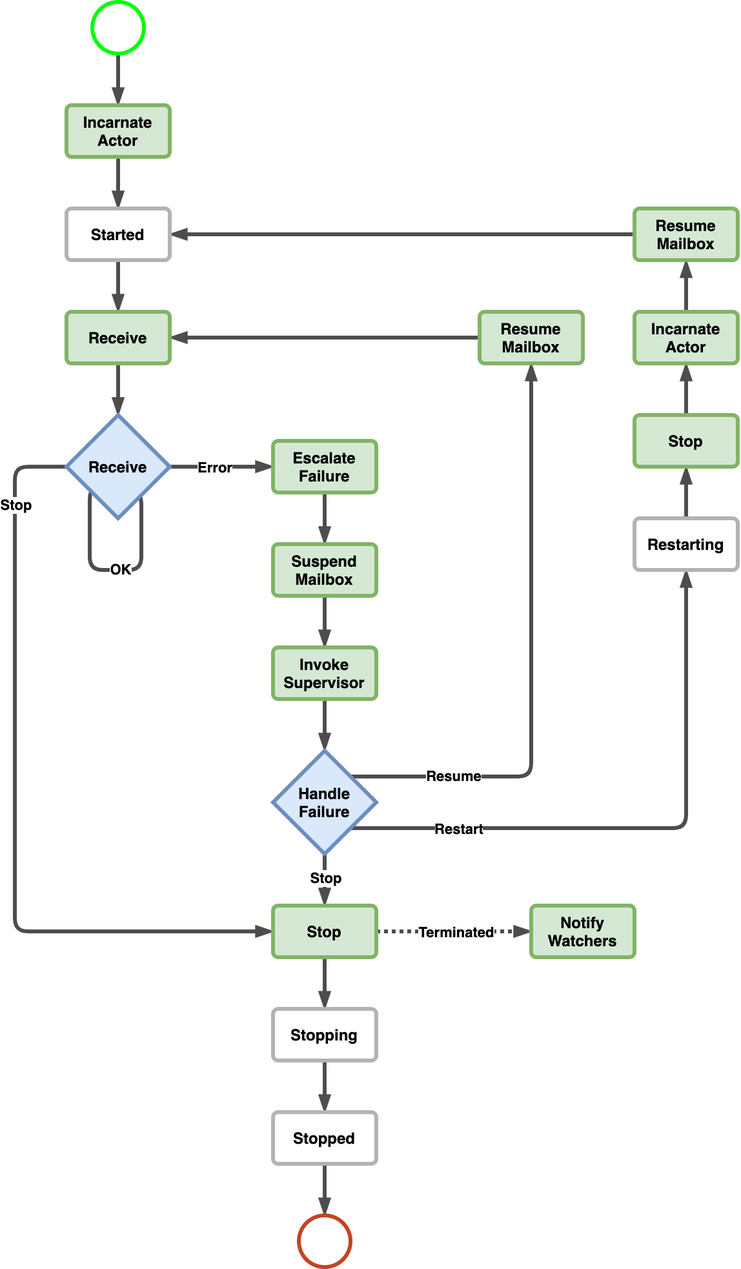
This is hugo/content/docs/images/actorlifecycle.png from asynkron/protoactor-website, a draw.io export, as it was before one commit. Source tidied: cells renumbered, new cells last; positions are measured from the earlier drawing's top-left corner, leaving out a move shared by most shapes. Its diagram source:
```xml
<mxGraphModel>
  <root>
    <mxCell id="0" />
    <mxCell id="1" parent="0" />
    <mxCell id="2" style="edgeStyle=orthogonalEdgeStyle;rounded=1;jettySize=auto;html=1;endArrow=blockThin;endFill=1;strokeWidth=3;strokeColor=#4D4D4D;" parent="1" edge="1" source="29" target="30">
      <mxGeometry relative="1" as="geometry" />
    </mxCell>
    <mxCell id="3" style="edgeStyle=orthogonalEdgeStyle;rounded=1;jettySize=auto;html=1;exitX=0.5;exitY=1;exitDx=0;exitDy=0;entryX=0.5;entryY=0;entryDx=0;entryDy=0;endArrow=blockThin;endFill=1;strokeWidth=3;strokeColor=#4D4D4D;" parent="1" edge="1" source="30" target="31">
      <mxGeometry relative="1" as="geometry" />
    </mxCell>
    <mxCell id="4" style="edgeStyle=orthogonalEdgeStyle;rounded=1;jettySize=auto;html=1;exitX=0.5;exitY=1;exitDx=0;exitDy=0;entryX=0.5;entryY=0;entryDx=0;entryDy=0;endArrow=blockThin;endFill=1;strokeWidth=3;strokeColor=#4D4D4D;" parent="1" edge="1" source="31" target="41">
      <mxGeometry relative="1" as="geometry" />
    </mxCell>
    <mxCell id="5" style="edgeStyle=orthogonalEdgeStyle;rounded=1;jettySize=auto;html=1;strokeWidth=3;endArrow=blockThin;endFill=1;exitX=0.5;exitY=0;exitDx=0;exitDy=0;entryX=1;entryY=0.5;entryDx=0;entryDy=0;strokeColor=#4D4D4D;" parent="1" edge="1" source="32" target="31">
      <mxGeometry relative="1" as="geometry">
        <Array as="points">
          <mxPoint x="400" y="260" />
        </Array>
      </mxGeometry>
    </mxCell>
    <mxCell id="6" style="edgeStyle=orthogonalEdgeStyle;rounded=1;jettySize=auto;html=1;exitX=1;exitY=0.5;exitDx=0;exitDy=0;entryX=0;entryY=0.5;entryDx=0;entryDy=0;endArrow=blockThin;endFill=1;strokeWidth=3;strokeColor=#4D4D4D;" parent="1" edge="1" source="41" target="33">
      <mxGeometry relative="1" as="geometry" />
    </mxCell>
    <mxCell id="7" value="Error" style="edgeLabel;html=1;align=center;verticalAlign=middle;fontStyle=1;" parent="6" vertex="1">
      <mxGeometry x="-0.46" y="5" relative="1" as="geometry">
        <mxPoint x="13" y="5" as="offset" />
      </mxGeometry>
    </mxCell>
    <mxCell id="8" style="edgeStyle=orthogonalEdgeStyle;rounded=1;jettySize=auto;html=1;exitX=0;exitY=0.5;exitDx=0;exitDy=0;endArrow=blockThin;endFill=1;strokeWidth=3;strokeColor=#4D4D4D;" parent="1" edge="1" source="41" target="36">
      <mxGeometry relative="1" as="geometry">
        <Array as="points">
          <mxPoint y="360" />
          <mxPoint y="720" />
        </Array>
      </mxGeometry>
    </mxCell>
    <mxCell id="9" value="Stop" style="edgeLabel;html=1;align=center;verticalAlign=middle;fontStyle=1;" parent="8" vertex="1">
      <mxGeometry x="-0.51" relative="1" as="geometry">
        <mxPoint y="-76" as="offset" />
      </mxGeometry>
    </mxCell>
    <mxCell id="10" value="OK" style="edgeStyle=orthogonalEdgeStyle;rounded=1;orthogonalLoop=1;jettySize=auto;html=1;endArrow=blockThin;endFill=1;strokeWidth=3;exitX=0;exitY=1;exitDx=0;exitDy=0;entryX=1;entryY=1;entryDx=0;entryDy=0;fontStyle=1;strokeColor=#4D4D4D;" parent="1" edge="1" source="41" target="41">
      <mxGeometry x="0.04" relative="1" as="geometry">
        <Array as="points">
          <mxPoint x="58" y="380" />
          <mxPoint x="58" y="440" />
          <mxPoint x="98" y="440" />
          <mxPoint x="98" y="380" />
        </Array>
      </mxGeometry>
    </mxCell>
    <mxCell id="11" style="edgeStyle=orthogonalEdgeStyle;rounded=1;jettySize=auto;html=1;exitX=0.5;exitY=1;exitDx=0;exitDy=0;entryX=0.5;entryY=0;entryDx=0;entryDy=0;endArrow=blockThin;endFill=1;strokeWidth=3;strokeColor=#4D4D4D;" parent="1" edge="1" source="33" target="34">
      <mxGeometry relative="1" as="geometry" />
    </mxCell>
    <mxCell id="12" style="edgeStyle=orthogonalEdgeStyle;rounded=1;jettySize=auto;html=1;exitX=0.5;exitY=1;exitDx=0;exitDy=0;entryX=0.5;entryY=0;entryDx=0;entryDy=0;endArrow=blockThin;endFill=1;strokeWidth=3;strokeColor=#4D4D4D;" parent="1" edge="1" source="34" target="35">
      <mxGeometry relative="1" as="geometry" />
    </mxCell>
    <mxCell id="13" style="edgeStyle=orthogonalEdgeStyle;rounded=1;jettySize=auto;html=1;exitX=0.5;exitY=1;exitDx=0;exitDy=0;entryX=0.5;entryY=0;entryDx=0;entryDy=0;endArrow=blockThin;endFill=1;strokeWidth=3;strokeColor=#4D4D4D;" parent="1" edge="1" source="35" target="42">
      <mxGeometry relative="1" as="geometry" />
    </mxCell>
    <mxCell id="14" value="Resume" style="edgeStyle=orthogonalEdgeStyle;rounded=1;jettySize=auto;html=1;exitX=1;exitY=0;exitDx=0;exitDy=0;endArrow=blockThin;endFill=1;strokeWidth=3;fontStyle=1;entryX=0.5;entryY=1;entryDx=0;entryDy=0;strokeColor=#4D4D4D;" parent="1" edge="1" source="42" target="32">
      <mxGeometry x="-0.65" relative="1" as="geometry">
        <Array as="points">
          <mxPoint x="400" y="600" />
        </Array>
      </mxGeometry>
    </mxCell>
    <mxCell id="15" style="edgeStyle=orthogonalEdgeStyle;rounded=1;jettySize=auto;html=1;exitX=0.5;exitY=1;exitDx=0;exitDy=0;entryX=0.5;entryY=0;entryDx=0;entryDy=0;endArrow=blockThin;endFill=1;strokeWidth=3;strokeColor=#4D4D4D;" parent="1" edge="1" source="42" target="36">
      <mxGeometry relative="1" as="geometry" />
    </mxCell>
    <mxCell id="16" value="Stop" style="edgeLabel;html=1;align=center;verticalAlign=middle;fontStyle=1;" parent="15" vertex="1">
      <mxGeometry x="-0.1" y="1" relative="1" as="geometry">
        <mxPoint x="-1" as="offset" />
      </mxGeometry>
    </mxCell>
    <mxCell id="17" style="edgeStyle=orthogonalEdgeStyle;rounded=1;jettySize=auto;html=1;exitX=0.5;exitY=1;exitDx=0;exitDy=0;entryX=0.5;entryY=0;entryDx=0;entryDy=0;endArrow=blockThin;endFill=1;strokeWidth=3;strokeColor=#4D4D4D;" parent="1" edge="1" source="36" target="38">
      <mxGeometry relative="1" as="geometry" />
    </mxCell>
    <mxCell id="18" style="edgeStyle=orthogonalEdgeStyle;rounded=1;jettySize=auto;html=1;exitX=1;exitY=0.5;exitDx=0;exitDy=0;entryX=0;entryY=0.5;entryDx=0;entryDy=0;endArrow=blockThin;endFill=1;strokeWidth=3;strokeColor=#4D4D4D;dashed=1;dashPattern=1 1;" parent="1" edge="1" source="36" target="40">
      <mxGeometry relative="1" as="geometry" />
    </mxCell>
    <mxCell id="19" value="Terminated" style="edgeLabel;html=1;align=center;verticalAlign=middle;fontStyle=1;" parent="18" vertex="1">
      <mxGeometry x="-0.3" y="4" relative="1" as="geometry">
        <mxPoint x="20" y="4" as="offset" />
      </mxGeometry>
    </mxCell>
    <mxCell id="20" style="edgeStyle=orthogonalEdgeStyle;rounded=1;jettySize=auto;html=1;exitX=0.5;exitY=0;exitDx=0;exitDy=0;entryX=0.5;entryY=1;entryDx=0;entryDy=0;endArrow=blockThin;endFill=1;strokeWidth=3;strokeColor=#4D4D4D;" parent="1" edge="1" source="37" target="43">
      <mxGeometry relative="1" as="geometry" />
    </mxCell>
    <mxCell id="21" style="edgeStyle=orthogonalEdgeStyle;rounded=1;jettySize=auto;html=1;exitX=0.5;exitY=1;exitDx=0;exitDy=0;entryX=0.5;entryY=0;entryDx=0;entryDy=0;endArrow=blockThin;endFill=1;strokeWidth=3;strokeColor=#4D4D4D;" parent="1" edge="1" source="38" target="39">
      <mxGeometry relative="1" as="geometry" />
    </mxCell>
    <mxCell id="22" style="edgeStyle=orthogonalEdgeStyle;rounded=1;jettySize=auto;html=1;exitX=0.5;exitY=1;exitDx=0;exitDy=0;entryX=0.5;entryY=0;entryDx=0;entryDy=0;endArrow=blockThin;endFill=1;strokeWidth=3;strokeColor=#4D4D4D;" parent="1" edge="1" source="39" target="46">
      <mxGeometry relative="1" as="geometry" />
    </mxCell>
    <mxCell id="23" style="edgeStyle=orthogonalEdgeStyle;rounded=1;jettySize=auto;html=1;exitX=1;exitY=1;exitDx=0;exitDy=0;entryX=0.5;entryY=1;entryDx=0;entryDy=0;endArrow=blockThin;endFill=1;strokeWidth=3;strokeColor=#4D4D4D;" parent="1" edge="1" source="42" target="37">
      <mxGeometry relative="1" as="geometry" />
    </mxCell>
    <mxCell id="24" value="Restart" style="edgeLabel;html=1;align=center;verticalAlign=middle;fontStyle=1;" parent="23" vertex="1">
      <mxGeometry x="-0.69" relative="1" as="geometry">
        <mxPoint x="12" as="offset" />
      </mxGeometry>
    </mxCell>
    <mxCell id="25" style="edgeStyle=orthogonalEdgeStyle;rounded=1;jettySize=auto;html=1;exitX=0.5;exitY=0;exitDx=0;exitDy=0;entryX=0.5;entryY=1;entryDx=0;entryDy=0;endArrow=blockThin;endFill=1;strokeWidth=3;strokeColor=#4D4D4D;" parent="1" edge="1" source="43" target="44">
      <mxGeometry relative="1" as="geometry" />
    </mxCell>
    <mxCell id="26" style="edgeStyle=orthogonalEdgeStyle;rounded=1;jettySize=auto;html=1;exitX=0.5;exitY=0;exitDx=0;exitDy=0;entryX=0.5;entryY=1;entryDx=0;entryDy=0;endArrow=blockThin;endFill=1;strokeWidth=3;strokeColor=#4D4D4D;" parent="1" edge="1" source="44" target="45">
      <mxGeometry relative="1" as="geometry" />
    </mxCell>
    <mxCell id="27" style="edgeStyle=orthogonalEdgeStyle;rounded=1;jettySize=auto;html=1;exitX=0;exitY=0.5;exitDx=0;exitDy=0;endArrow=blockThin;endFill=1;strokeWidth=3;entryX=1;entryY=0.5;entryDx=0;entryDy=0;strokeColor=#4D4D4D;" parent="1" edge="1" source="45" target="30">
      <mxGeometry relative="1" as="geometry" />
    </mxCell>
    <mxCell id="28" style="edgeStyle=orthogonalEdgeStyle;rounded=1;jettySize=auto;html=1;exitX=0.5;exitY=1;exitDx=0;exitDy=0;entryX=0.5;entryY=0;entryDx=0;entryDy=0;endArrow=blockThin;endFill=1;strokeWidth=3;strokeColor=#4D4D4D;" parent="1" edge="1" source="47" target="29">
      <mxGeometry relative="1" as="geometry" />
    </mxCell>
    <mxCell id="29" value="Incarnate Actor" style="rounded=1;whiteSpace=wrap;html=1;fontStyle=1;arcSize=10;strokeColor=#82b366;strokeWidth=3;fillColor=#d5e8d4;" parent="1" vertex="1">
      <mxGeometry x="40" y="80" width="80" height="40" as="geometry" />
    </mxCell>
    <mxCell id="30" value="Started" style="rounded=1;whiteSpace=wrap;html=1;fontStyle=1;arcSize=10;strokeWidth=3;glass=0;shadow=0;strokeColor=#B3B3B3;" parent="1" vertex="1">
      <mxGeometry x="40" y="160" width="80" height="40" as="geometry" />
    </mxCell>
    <mxCell id="31" value="Receive" style="rounded=1;whiteSpace=wrap;html=1;fontStyle=1;arcSize=10;strokeColor=#82b366;strokeWidth=3;fillColor=#d5e8d4;" parent="1" vertex="1">
      <mxGeometry x="40" y="240" width="80" height="40" as="geometry" />
    </mxCell>
    <mxCell id="32" value="Resume Mailbox" style="rounded=1;whiteSpace=wrap;html=1;fontStyle=1;arcSize=10;strokeColor=#82b366;strokeWidth=3;fillColor=#d5e8d4;" parent="1" vertex="1">
      <mxGeometry x="360" y="240" width="80" height="40" as="geometry" />
    </mxCell>
    <mxCell id="33" value="Escalate Failure" style="rounded=1;whiteSpace=wrap;html=1;fontStyle=1;arcSize=10;strokeColor=#82b366;strokeWidth=3;fillColor=#d5e8d4;" parent="1" vertex="1">
      <mxGeometry x="200" y="340" width="80" height="40" as="geometry" />
    </mxCell>
    <mxCell id="34" value="Suspend Mailbox" style="rounded=1;whiteSpace=wrap;html=1;fontStyle=1;arcSize=10;strokeColor=#82b366;strokeWidth=3;fillColor=#d5e8d4;" parent="1" vertex="1">
      <mxGeometry x="200" y="420" width="80" height="40" as="geometry" />
    </mxCell>
    <mxCell id="35" value="Invoke Supervisor" style="rounded=1;whiteSpace=wrap;html=1;fontStyle=1;arcSize=10;strokeColor=#82b366;strokeWidth=3;fillColor=#d5e8d4;" parent="1" vertex="1">
      <mxGeometry x="200" y="500" width="80" height="40" as="geometry" />
    </mxCell>
    <mxCell id="36" value="Stop" style="rounded=1;whiteSpace=wrap;html=1;fontStyle=1;arcSize=10;strokeColor=#82b366;strokeWidth=3;fillColor=#d5e8d4;" parent="1" vertex="1">
      <mxGeometry x="200" y="700" width="80" height="40" as="geometry" />
    </mxCell>
    <mxCell id="37" value="Restarting" style="rounded=1;whiteSpace=wrap;html=1;fontStyle=1;arcSize=10;strokeWidth=3;shadow=0;strokeColor=#B3B3B3;" parent="1" vertex="1">
      <mxGeometry x="480" y="400" width="80" height="40" as="geometry" />
    </mxCell>
    <mxCell id="38" value="Stopping" style="rounded=1;whiteSpace=wrap;html=1;fontStyle=1;arcSize=10;strokeWidth=3;shadow=0;strokeColor=#B3B3B3;" parent="1" vertex="1">
      <mxGeometry x="200" y="780" width="80" height="40" as="geometry" />
    </mxCell>
    <mxCell id="39" value="Stopped" style="rounded=1;whiteSpace=wrap;html=1;fontStyle=1;arcSize=10;strokeWidth=3;shadow=0;strokeColor=#B3B3B3;" parent="1" vertex="1">
      <mxGeometry x="200" y="860" width="80" height="40" as="geometry" />
    </mxCell>
    <mxCell id="40" value="Notify Watchers" style="rounded=1;whiteSpace=wrap;html=1;fontStyle=1;arcSize=10;strokeColor=#82b366;strokeWidth=3;fillColor=#d5e8d4;" parent="1" vertex="1">
      <mxGeometry x="400" y="700" width="80" height="40" as="geometry" />
    </mxCell>
    <mxCell id="41" value="Receive" style="rhombus;whiteSpace=wrap;html=1;fillColor=#dae8fc;strokeColor=#6c8ebf;strokeWidth=3;fontStyle=1;" parent="1" vertex="1">
      <mxGeometry x="40" y="320" width="80" height="80" as="geometry" />
    </mxCell>
    <mxCell id="42" value="Handle Failure" style="rhombus;whiteSpace=wrap;html=1;fillColor=#dae8fc;strokeColor=#6c8ebf;strokeWidth=3;fontStyle=1;" parent="1" vertex="1">
      <mxGeometry x="200" y="580" width="80" height="80" as="geometry" />
    </mxCell>
    <mxCell id="43" value="Stop" style="rounded=1;whiteSpace=wrap;html=1;fontStyle=1;arcSize=10;strokeColor=#82b366;strokeWidth=3;fillColor=#d5e8d4;" parent="1" vertex="1">
      <mxGeometry x="480" y="320" width="80" height="40" as="geometry" />
    </mxCell>
    <mxCell id="44" value="Incarnate Actor" style="rounded=1;whiteSpace=wrap;html=1;fontStyle=1;arcSize=10;strokeColor=#82b366;strokeWidth=3;fillColor=#d5e8d4;" parent="1" vertex="1">
      <mxGeometry x="480" y="240" width="80" height="40" as="geometry" />
    </mxCell>
    <mxCell id="45" value="Resume Mailbox" style="rounded=1;whiteSpace=wrap;html=1;fontStyle=1;arcSize=10;strokeColor=#82b366;strokeWidth=3;fillColor=#d5e8d4;" parent="1" vertex="1">
      <mxGeometry x="480" y="160" width="80" height="40" as="geometry" />
    </mxCell>
    <mxCell id="46" style="ellipse;whiteSpace=wrap;html=1;strokeWidth=3;strokeColor=#C34423;" parent="1" vertex="1">
      <mxGeometry x="220" y="940" width="40" height="40" as="geometry" />
    </mxCell>
    <mxCell id="47" style="ellipse;whiteSpace=wrap;html=1;strokeWidth=3;strokeColor=#00FF00;" parent="1" vertex="1">
      <mxGeometry x="60" width="40" height="40" as="geometry" />
    </mxCell>
  </root>
</mxGraphModel>
```
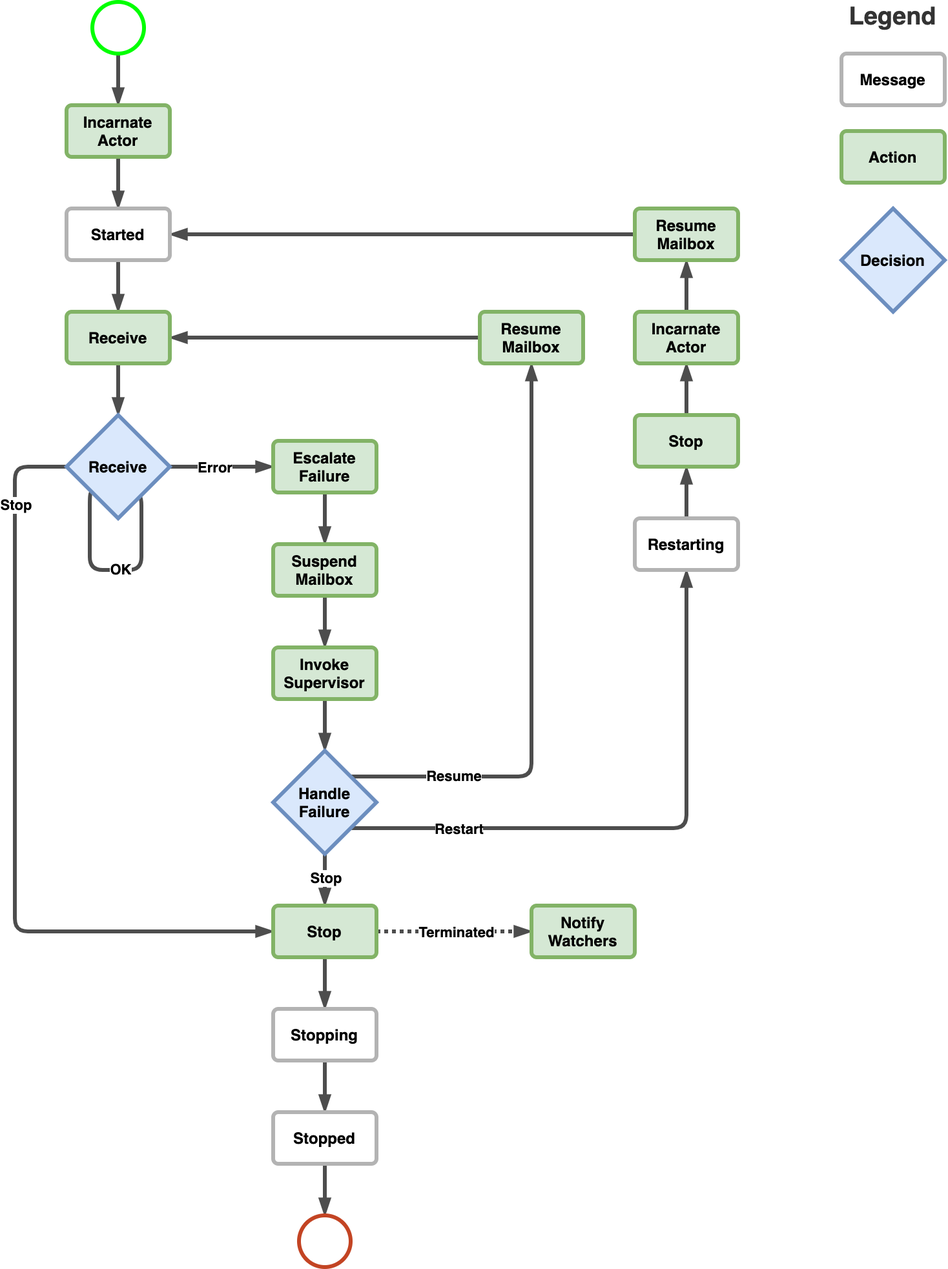
Above is the later version.

What changed in the source:
```diff
@@ -170,5 +170,17 @@
     <mxCell id="47" style="ellipse;whiteSpace=wrap;html=1;strokeWidth=3;strokeColor=#00FF00;" parent="1" vertex="1">
       <mxGeometry x="60" width="40" height="40" as="geometry" />
     </mxCell>
+    <mxCell id="48" value="Message" style="rounded=1;whiteSpace=wrap;html=1;fontStyle=1;arcSize=10;strokeWidth=3;shadow=0;strokeColor=#B3B3B3;" parent="1" vertex="1">
+      <mxGeometry x="640" y="40" width="80" height="40" as="geometry" />
+    </mxCell>
+    <mxCell id="49" value="Action" style="rounded=1;whiteSpace=wrap;html=1;fontStyle=1;arcSize=10;strokeColor=#82b366;strokeWidth=3;fillColor=#d5e8d4;" parent="1" vertex="1">
+      <mxGeometry x="640" y="100" width="80" height="40" as="geometry" />
+    </mxCell>
+    <mxCell id="50" value="Decision" style="rhombus;whiteSpace=wrap;html=1;fillColor=#dae8fc;strokeColor=#6c8ebf;strokeWidth=3;fontStyle=1;" parent="1" vertex="1">
+      <mxGeometry x="640" y="160" width="80" height="80" as="geometry" />
+    </mxCell>
+    <mxCell id="51" value="Legend" style="text;html=1;strokeColor=none;fillColor=none;align=center;verticalAlign=middle;whiteSpace=wrap;rounded=0;shadow=0;glass=0;fontSize=19;fontColor=#333333;fontStyle=1;" parent="1" vertex="1">
+      <mxGeometry x="640" width="80" height="20" as="geometry" />
+    </mxCell>
   </root>
 </mxGraphModel>
```
